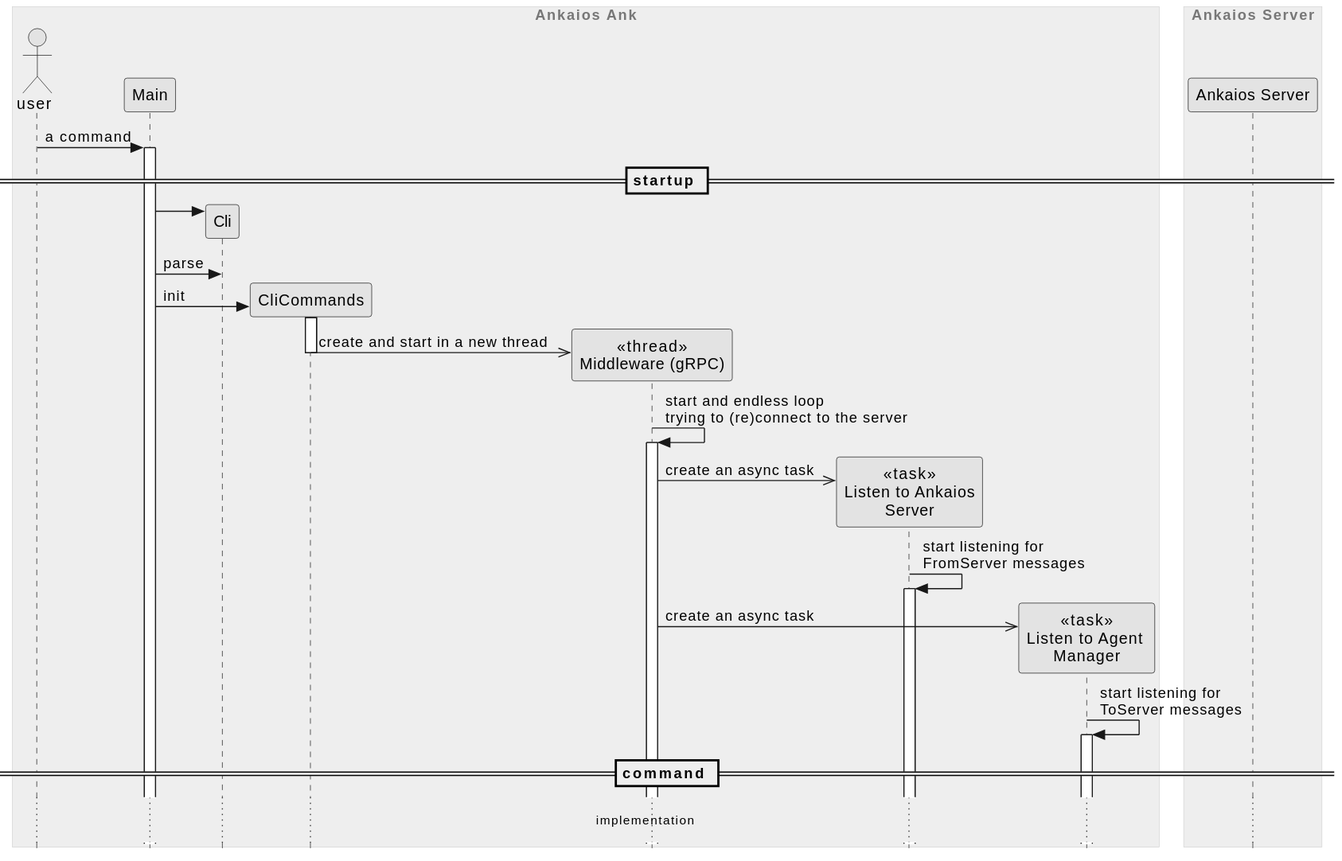
Above: ank/doc/swdesign/plantuml/seq_cmd_startup.svg in eclipse-ankaios/ankaios (PlantUML), before the change.
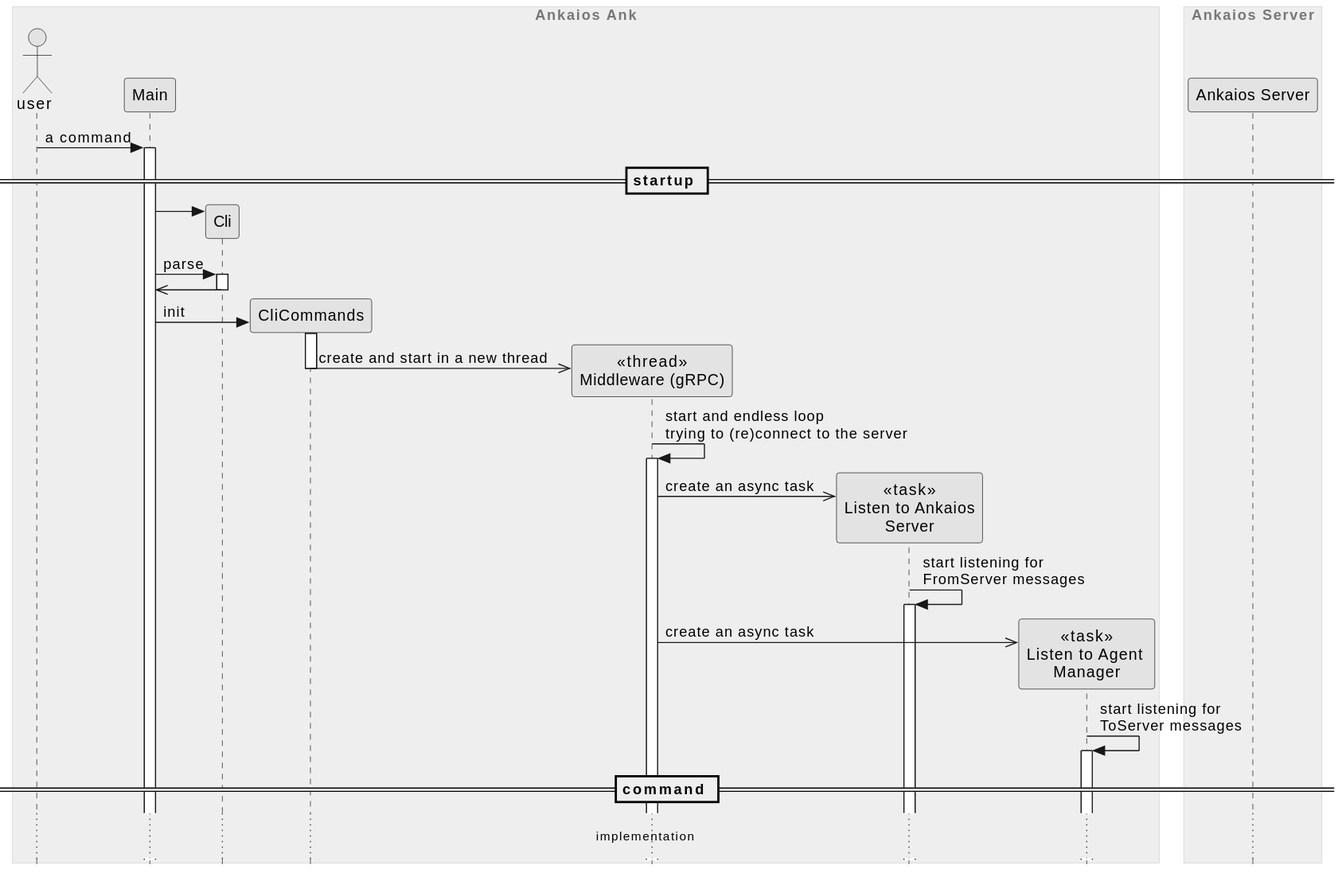
Above is the later version.

What changed in the source:
```diff
@@ -20,7 +20,8 @@
 == startup ==
 
 main -> cli **
-main -> cli : parse
+main -> cli ++: parse
+cli ->> main --
 main -> cli_commands ** : init
 activate cli_commands
 cli_commands ->> grpc_client ** : create and start in a new thread
```
